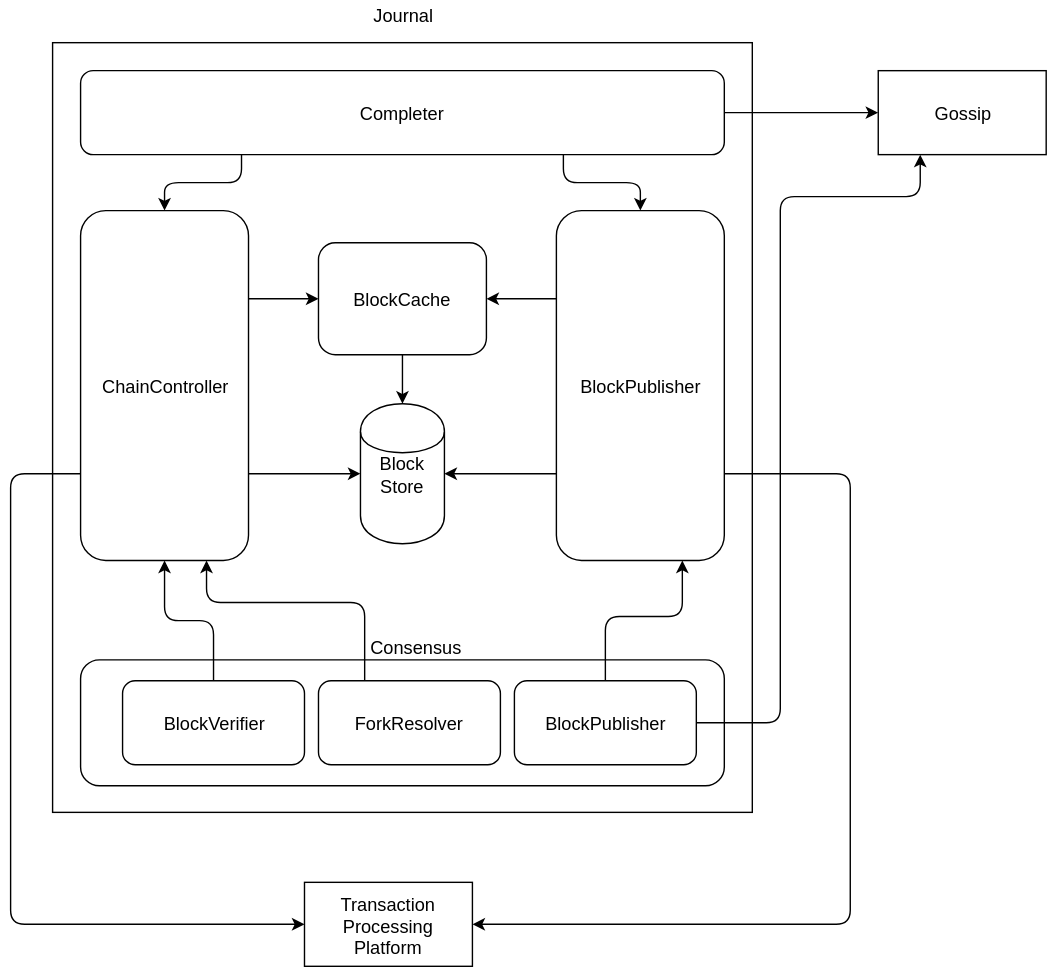
This is docs/source/images/journal_organization.svg from hyperledger-archives/sawtooth-core, a draw.io export, as it was before one commit. Source tidied: cells renumbered, new cells last; positions are measured from the earlier drawing's top-left corner, leaving out a move shared by most shapes. Source of this version:
```xml
<mxGraphModel>
  <root>
    <mxCell id="0" />
    <mxCell id="1" parent="0" />
    <mxCell id="2" style="whiteSpace=wrap;html=1;fontSize=13;" parent="1" vertex="1">
      <mxGeometry x="30" y="30" width="500" height="550" as="geometry" />
    </mxCell>
    <mxCell id="3" value="Completer" style="rounded=1;whiteSpace=wrap;html=1;fontSize=13;" parent="1" vertex="1">
      <mxGeometry x="50" y="50" width="460" height="60" as="geometry" />
    </mxCell>
    <mxCell id="4" value="BlockCache" style="rounded=1;whiteSpace=wrap;html=1;fontSize=13;" parent="1" vertex="1">
      <mxGeometry x="220" y="173" width="120" height="80" as="geometry" />
    </mxCell>
    <mxCell id="5" value="Block&lt;div&gt;Store&lt;/div&gt;" style="shape=cylinder;whiteSpace=wrap;html=1;fontSize=13;" parent="1" vertex="1">
      <mxGeometry x="250" y="288" width="60" height="100" as="geometry" />
    </mxCell>
    <mxCell id="6" value="ChainController" style="rounded=1;whiteSpace=wrap;html=1;fontSize=13;" parent="1" vertex="1">
      <mxGeometry x="50" y="150" width="120" height="250" as="geometry" />
    </mxCell>
    <mxCell id="7" value="BlockPublisher" style="rounded=1;whiteSpace=wrap;html=1;fontSize=13;" parent="1" vertex="1">
      <mxGeometry x="390" y="150" width="120" height="250" as="geometry" />
    </mxCell>
    <mxCell id="8" style="rounded=1;whiteSpace=wrap;html=1;fontSize=13;" parent="1" vertex="1">
      <mxGeometry x="50" y="471" width="460" height="90" as="geometry" />
    </mxCell>
    <mxCell id="9" value="BlockVerifier" style="rounded=1;whiteSpace=wrap;html=1;fontSize=13;" parent="1" vertex="1">
      <mxGeometry x="80" y="486" width="130" height="60" as="geometry" />
    </mxCell>
    <mxCell id="10" value="ForkResolver" style="rounded=1;whiteSpace=wrap;html=1;fontSize=13;" parent="1" vertex="1">
      <mxGeometry x="220" y="486" width="130" height="60" as="geometry" />
    </mxCell>
    <mxCell id="11" value="BlockPublisher" style="rounded=1;whiteSpace=wrap;html=1;fontSize=13;" parent="1" vertex="1">
      <mxGeometry x="360" y="486" width="130" height="60" as="geometry" />
    </mxCell>
    <mxCell id="12" value="Consensus" style="text;html=1;strokeColor=none;fillColor=none;align=center;verticalAlign=middle;whiteSpace=wrap;fontSize=13;" parent="1" vertex="1">
      <mxGeometry x="240" y="451" width="100" height="20" as="geometry" />
    </mxCell>
    <mxCell id="13" value="Transaction Processing&lt;div&gt;Platform&lt;/div&gt;" style="whiteSpace=wrap;html=1;fontSize=13;" parent="1" vertex="1">
      <mxGeometry x="210" y="630" width="120" height="60" as="geometry" />
    </mxCell>
    <mxCell id="14" style="endArrow=classic;html=1;fontSize=13;entryX=0;entryY=0.5;edgeStyle=orthogonalEdgeStyle;exitX=1;exitY=0.75;" parent="1" edge="1" source="6" target="5">
      <mxGeometry relative="1" as="geometry" />
    </mxCell>
    <mxCell id="15" style="endArrow=classic;html=1;fontSize=13;exitX=0;exitY=0.75;entryX=1;entryY=0.5;edgeStyle=orthogonalEdgeStyle;" parent="1" edge="1" source="7" target="5">
      <mxGeometry relative="1" as="geometry" />
    </mxCell>
    <mxCell id="16" style="endArrow=classic;html=1;fontSize=13;exitX=0;exitY=0.25;entryX=1;entryY=0.5;edgeStyle=orthogonalEdgeStyle;" parent="1" edge="1" source="7" target="4">
      <mxGeometry relative="1" as="geometry" />
    </mxCell>
    <mxCell id="17" style="endArrow=classic;html=1;fontSize=13;exitX=1;exitY=0.25;entryX=0;entryY=0.5;edgeStyle=orthogonalEdgeStyle;" parent="1" edge="1" source="6" target="4">
      <mxGeometry relative="1" as="geometry" />
    </mxCell>
    <mxCell id="18" style="endArrow=classic;html=1;fontSize=13;exitX=0.25;exitY=1;entryX=0.5;entryY=0;edgeStyle=orthogonalEdgeStyle;" parent="1" edge="1" source="3" target="6">
      <mxGeometry relative="1" as="geometry" />
    </mxCell>
    <mxCell id="19" style="endArrow=classic;html=1;fontSize=13;exitX=0.75;exitY=1;entryX=0.5;entryY=0;edgeStyle=orthogonalEdgeStyle;" parent="1" edge="1" source="3" target="7">
      <mxGeometry relative="1" as="geometry" />
    </mxCell>
    <mxCell id="20" style="endArrow=classic;html=1;fontSize=13;exitX=0.5;exitY=1;edgeStyle=orthogonalEdgeStyle;" parent="1" edge="1" source="4" target="5">
      <mxGeometry relative="1" as="geometry" />
    </mxCell>
    <mxCell id="21" style="endArrow=classic;html=1;fontSize=13;exitX=0.5;exitY=0;entryX=0.5;entryY=1;edgeStyle=orthogonalEdgeStyle;" parent="1" edge="1" source="9" target="6">
      <mxGeometry relative="1" as="geometry" />
    </mxCell>
    <mxCell id="22" style="endArrow=classic;html=1;fontSize=13;exitX=0.5;exitY=0;entryX=0.75;entryY=1;edgeStyle=orthogonalEdgeStyle;" parent="1" edge="1" source="11" target="7">
      <mxGeometry relative="1" as="geometry">
        <Array as="points">
          <mxPoint x="425" y="440" />
          <mxPoint x="480" y="440" />
        </Array>
      </mxGeometry>
    </mxCell>
    <mxCell id="23" style="endArrow=classic;html=1;fontSize=13;entryX=0.75;entryY=1;edgeStyle=orthogonalEdgeStyle;exitX=0.25;exitY=0;" parent="1" edge="1" source="10" target="6">
      <mxGeometry relative="1" as="geometry">
        <Array as="points">
          <mxPoint x="253" y="430" />
          <mxPoint x="140" y="430" />
        </Array>
      </mxGeometry>
    </mxCell>
    <mxCell id="24" value="Gossip" style="whiteSpace=wrap;html=1;fontSize=13;" parent="1" vertex="1">
      <mxGeometry x="620" y="50" width="120" height="60" as="geometry" />
    </mxCell>
    <mxCell id="25" style="endArrow=classic;html=1;fontSize=13;entryX=0;entryY=0.5;exitX=1;exitY=0.5;" parent="1" edge="1" source="3" target="24">
      <mxGeometry relative="1" as="geometry" />
    </mxCell>
    <mxCell id="26" style="endArrow=classic;html=1;fontSize=13;entryX=0.25;entryY=1;exitX=1;exitY=0.5;edgeStyle=orthogonalEdgeStyle;" parent="1" edge="1" source="11" target="24">
      <mxGeometry relative="1" as="geometry">
        <Array as="points">
          <mxPoint x="550" y="516" />
          <mxPoint x="550" y="140" />
          <mxPoint x="650" y="140" />
        </Array>
      </mxGeometry>
    </mxCell>
    <mxCell id="27" style="endArrow=classic;html=1;fontSize=13;exitX=0;exitY=0.75;edgeStyle=orthogonalEdgeStyle;" parent="1" edge="1" source="6" target="13">
      <mxGeometry relative="1" as="geometry">
        <Array as="points">
          <mxPoint y="338" />
          <mxPoint y="660" />
        </Array>
      </mxGeometry>
    </mxCell>
    <mxCell id="28" style="endArrow=classic;html=1;fontSize=13;exitX=1;exitY=0.75;edgeStyle=orthogonalEdgeStyle;entryX=1;entryY=0.5;" parent="1" edge="1" source="7" target="13">
      <mxGeometry relative="1" as="geometry">
        <Array as="points">
          <mxPoint x="600" y="338" />
          <mxPoint x="600" y="660" />
        </Array>
      </mxGeometry>
    </mxCell>
    <mxCell id="29" value="Journal" style="text;html=1;strokeColor=none;fillColor=none;align=center;verticalAlign=middle;whiteSpace=wrap;fontSize=13;" parent="1" vertex="1">
      <mxGeometry x="260" width="40" height="20" as="geometry" />
    </mxCell>
  </root>
</mxGraphModel>
```
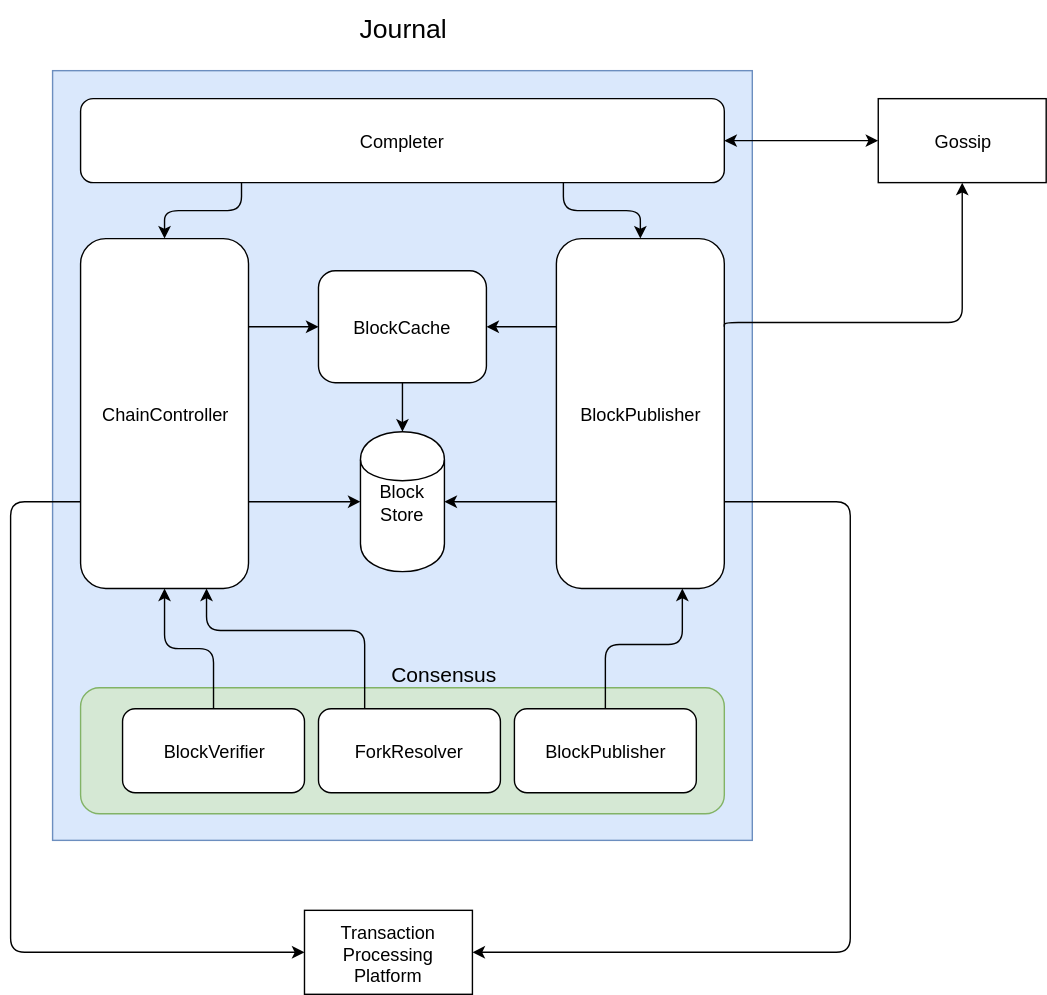
The same file after the commit.

Commit message:
Update Journal overview diagram to show correct block publishing path.

What changed in the source:
```diff
@@ -2,7 +2,7 @@
   <root>
     <mxCell id="0" />
     <mxCell id="1" parent="0" />
-    <mxCell id="2" style="whiteSpace=wrap;html=1;fontSize=13;" parent="1" vertex="1">
+    <mxCell id="2" style="whiteSpace=wrap;html=1;fontSize=13;fillColor=#dae8fc;strokeColor=#6c8ebf;" parent="1" vertex="1">
       <mxGeometry x="30" y="30" width="500" height="550" as="geometry" />
     </mxCell>
     <mxCell id="3" value="Completer" style="rounded=1;whiteSpace=wrap;html=1;fontSize=13;" parent="1" vertex="1">
@@ -20,7 +20,7 @@
     <mxCell id="7" value="BlockPublisher" style="rounded=1;whiteSpace=wrap;html=1;fontSize=13;" parent="1" vertex="1">
       <mxGeometry x="390" y="150" width="120" height="250" as="geometry" />
     </mxCell>
-    <mxCell id="8" style="rounded=1;whiteSpace=wrap;html=1;fontSize=13;" parent="1" vertex="1">
+    <mxCell id="8" style="rounded=1;whiteSpace=wrap;html=1;fontSize=13;fillColor=#d5e8d4;strokeColor=#82b366;" parent="1" vertex="1">
       <mxGeometry x="50" y="471" width="460" height="90" as="geometry" />
     </mxCell>
     <mxCell id="9" value="BlockVerifier" style="rounded=1;whiteSpace=wrap;html=1;fontSize=13;" parent="1" vertex="1">
@@ -32,8 +32,8 @@
     <mxCell id="11" value="BlockPublisher" style="rounded=1;whiteSpace=wrap;html=1;fontSize=13;" parent="1" vertex="1">
       <mxGeometry x="360" y="486" width="130" height="60" as="geometry" />
     </mxCell>
-    <mxCell id="12" value="Consensus" style="text;html=1;strokeColor=none;fillColor=none;align=center;verticalAlign=middle;whiteSpace=wrap;fontSize=13;" parent="1" vertex="1">
-      <mxGeometry x="240" y="451" width="100" height="20" as="geometry" />
+    <mxCell id="12" value="Consensus" style="text;html=1;strokeColor=none;fillColor=none;align=center;verticalAlign=middle;whiteSpace=wrap;fontSize=15;" parent="1" vertex="1">
+      <mxGeometry x="260" y="451" width="100" height="20" as="geometry" />
     </mxCell>
     <mxCell id="13" value="Transaction Processing&lt;div&gt;Platform&lt;/div&gt;" style="whiteSpace=wrap;html=1;fontSize=13;" parent="1" vertex="1">
       <mxGeometry x="210" y="630" width="120" height="60" as="geometry" />
@@ -81,15 +81,14 @@
     <mxCell id="24" value="Gossip" style="whiteSpace=wrap;html=1;fontSize=13;" parent="1" vertex="1">
       <mxGeometry x="620" y="50" width="120" height="60" as="geometry" />
     </mxCell>
-    <mxCell id="25" style="endArrow=classic;html=1;fontSize=13;entryX=0;entryY=0.5;exitX=1;exitY=0.5;" parent="1" edge="1" source="3" target="24">
+    <mxCell id="25" style="endArrow=classic;html=1;fontSize=13;entryX=0;entryY=0.5;exitX=1;exitY=0.5;startArrow=classic;startFill=1;endFill=1;" parent="1" edge="1" source="3" target="24">
       <mxGeometry relative="1" as="geometry" />
     </mxCell>
-    <mxCell id="26" style="endArrow=classic;html=1;fontSize=13;entryX=0.25;entryY=1;exitX=1;exitY=0.5;edgeStyle=orthogonalEdgeStyle;" parent="1" edge="1" source="11" target="24">
+    <mxCell id="26" style="endArrow=classic;html=1;fontSize=13;entryX=0.5;entryY=1;exitX=1;exitY=0.25;edgeStyle=orthogonalEdgeStyle;" parent="1" edge="1" source="7" target="24">
       <mxGeometry relative="1" as="geometry">
         <Array as="points">
-          <mxPoint x="550" y="516" />
-          <mxPoint x="550" y="140" />
-          <mxPoint x="650" y="140" />
+          <mxPoint x="510" y="210" />
+          <mxPoint x="680" y="210" />
         </Array>
       </mxGeometry>
     </mxCell>
@@ -109,8 +108,8 @@
         </Array>
       </mxGeometry>
     </mxCell>
-    <mxCell id="29" value="Journal" style="text;html=1;strokeColor=none;fillColor=none;align=center;verticalAlign=middle;whiteSpace=wrap;fontSize=13;" parent="1" vertex="1">
-      <mxGeometry x="260" width="40" height="20" as="geometry" />
+    <mxCell id="29" value="Journal" style="text;html=1;strokeColor=none;fillColor=none;align=center;verticalAlign=middle;whiteSpace=wrap;fontSize=19;" parent="1" vertex="1">
+      <mxGeometry x="240" y="-20" width="80" height="40" as="geometry" />
     </mxCell>
   </root>
 </mxGraphModel>
```
